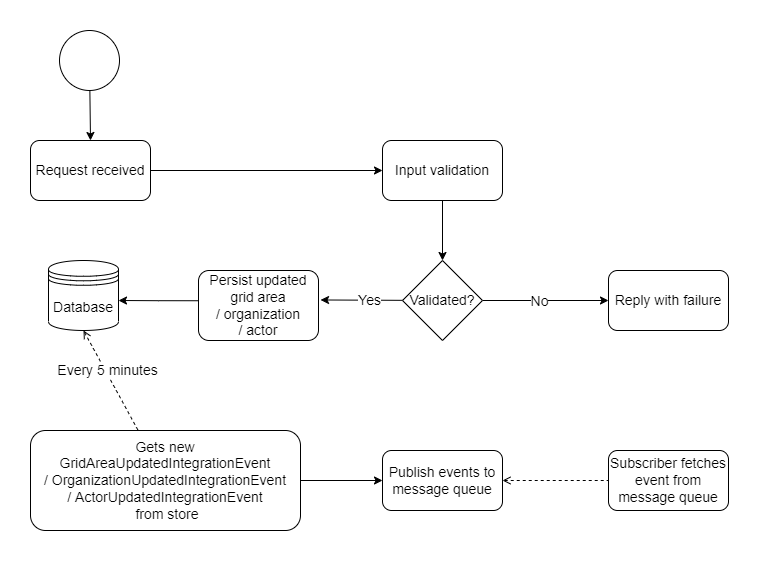
Earlier version of the draw.io export docs/images/Actor_register-Integration Events Flow diagram.drawio.png (Energinet-DataHub/geh-market-participant). Source tidied: cells renumbered, new cells last; positions are measured from the earlier drawing's top-left corner, leaving out a move shared by most shapes.
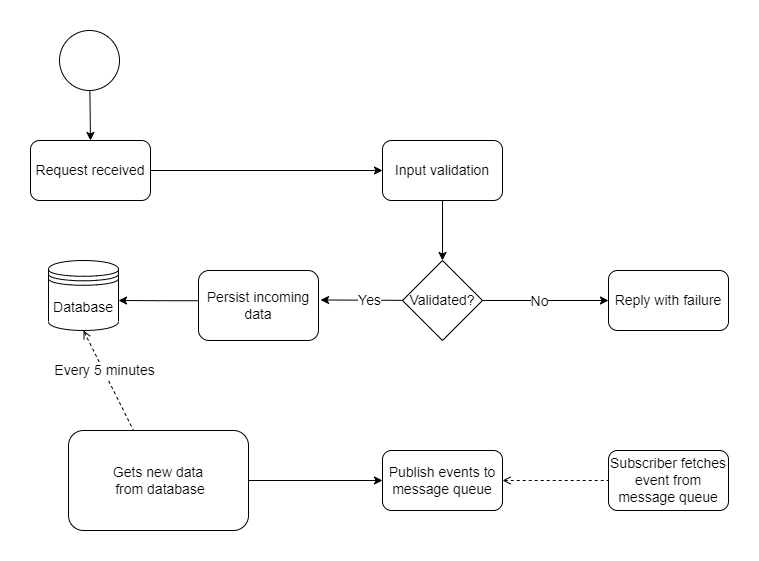
Above is the later version.

Commit message:
Add documentation for new integration events

The edit, as a diff of the source:
```diff
@@ -50,7 +50,7 @@
         <mxPoint x="88" y="270" as="targetPoint" />
       </mxGeometry>
     </mxCell>
-    <mxCell id="16" value="Persist updated grid area&lt;br&gt;/ organization&lt;br&gt;/ actor" style="rounded=1;whiteSpace=wrap;html=1;fontSize=14;labelBackgroundColor=none;" parent="1" vertex="1">
+    <mxCell id="16" value="Persist incoming data" style="rounded=1;whiteSpace=wrap;html=1;fontSize=14;labelBackgroundColor=none;" parent="1" vertex="1">
       <mxGeometry x="168" y="240" width="120" height="70" as="geometry" />
     </mxCell>
     <mxCell id="17" value="Reply with failure" style="rounded=1;whiteSpace=wrap;html=1;fontSize=14;labelBackgroundColor=none;" parent="1" vertex="1">
@@ -59,8 +59,8 @@
     <mxCell id="18" style="edgeStyle=none;rounded=0;jettySize=auto;html=1;fontSize=14;startArrow=none;startFill=0;endArrow=classic;endFill=1;strokeWidth=1;" parent="1" edge="1" source="19" target="21">
       <mxGeometry relative="1" as="geometry" />
     </mxCell>
-    <mxCell id="19" value="Gets new&lt;br&gt;GridAreaUpdatedIntegrationEvent /&amp;nbsp;OrganizationUpdatedIntegrationEvent&lt;br&gt;/ ActorUpdatedIntegrationEvent&lt;br&gt;&amp;nbsp;from store" style="rounded=1;whiteSpace=wrap;html=1;fontSize=14;labelBackgroundColor=none;" parent="1" vertex="1">
-      <mxGeometry y="400" width="270" height="100" as="geometry" />
+    <mxCell id="19" value="Gets new data&lt;br&gt;&amp;nbsp;from database" style="rounded=1;whiteSpace=wrap;html=1;fontSize=14;labelBackgroundColor=none;" parent="1" vertex="1">
+      <mxGeometry x="38" y="400" width="180" height="100" as="geometry" />
     </mxCell>
     <mxCell id="20" style="edgeStyle=orthogonalEdgeStyle;rounded=0;jettySize=auto;html=1;fontSize=14;startArrow=open;startFill=0;endArrow=none;endFill=0;strokeWidth=1;dashed=1;" parent="1" edge="1" source="21" target="23">
       <mxGeometry relative="1" as="geometry" />
```
